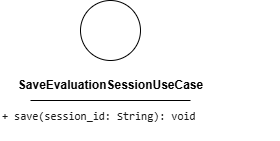
Before: src/PB/DocumentazioneEsterna/Specifica_Tecnica/content/uml/png/Session/SaveEvaluationSessionUseCase.png, a diagram exported from draw.io (GroupRubberDuck/Documentazione). Source tidied: cells renumbered, new cells last; positions are measured from the earlier drawing's top-left corner, leaving out a move shared by most shapes. The source it was exported from:
```xml
<mxGraphModel>
  <root>
    <mxCell id="0" />
    <mxCell id="1" parent="0" />
    <mxCell id="2" style="ellipse;whiteSpace=wrap;html=1;" parent="1" vertex="1">
      <mxGeometry x="80" width="60" height="60" as="geometry" />
    </mxCell>
    <mxCell id="3" value="&lt;b&gt;SaveEvaluationSessionUseCase&lt;/b&gt;" style="text;html=1;align=center;verticalAlign=middle;strokeColor=none;fillColor=none;" parent="1" vertex="1">
      <mxGeometry x="5" y="70" width="210" height="30" as="geometry" />
    </mxCell>
    <mxCell id="4" style="endArrow=none;html=1;" parent="1" edge="1">
      <mxGeometry relative="1" as="geometry">
        <mxPoint x="30" y="100" as="sourcePoint" />
        <mxPoint x="190" y="100" as="targetPoint" />
        <Array as="points">
          <mxPoint x="110" y="100" />
        </Array>
      </mxGeometry>
    </mxCell>
    <mxCell id="5" value="&lt;div style=&quot;font-family: Consolas, &amp;quot;Courier New&amp;quot;, monospace; font-weight: normal; line-height: 19px; white-space: pre;&quot;&gt;&lt;div style=&quot;&quot;&gt;&lt;font style=&quot;background-color: rgb(255, 255, 255); color: rgb(26, 26, 26); font-size: 11px;&quot;&gt;+ save(session_id: String): void&lt;/font&gt;&lt;/div&gt;&lt;/div&gt;" style="text;whiteSpace=wrap;html=1;" parent="1" vertex="1">
      <mxGeometry y="100" width="280" height="40" as="geometry" />
    </mxCell>
  </root>
</mxGraphModel>
```
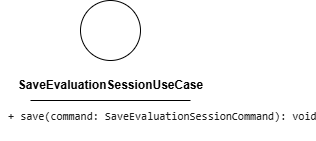
After the commit.

Change to the diagram source:
```diff
@@ -17,7 +17,7 @@
         </Array>
       </mxGeometry>
     </mxCell>
-    <mxCell id="5" value="&lt;div style=&quot;font-family: Consolas, &amp;quot;Courier New&amp;quot;, monospace; font-weight: normal; line-height: 19px; white-space: pre;&quot;&gt;&lt;div style=&quot;&quot;&gt;&lt;font style=&quot;background-color: rgb(255, 255, 255); color: rgb(26, 26, 26); font-size: 11px;&quot;&gt;+ save(session_id: String): void&lt;/font&gt;&lt;/div&gt;&lt;/div&gt;" style="text;whiteSpace=wrap;html=1;" parent="1" vertex="1">
+    <mxCell id="5" value="&lt;div style=&quot;font-family: Consolas, &amp;quot;Courier New&amp;quot;, monospace; font-weight: normal; line-height: 19px; white-space: pre;&quot;&gt;&lt;div style=&quot;&quot;&gt;&lt;font style=&quot;background-color: rgb(255, 255, 255); color: rgb(26, 26, 26); font-size: 11px;&quot;&gt; + save(command: SaveEvaluationSessionCommand): void&lt;/font&gt;&lt;/div&gt;&lt;/div&gt;" style="text;whiteSpace=wrap;html=1;" parent="1" vertex="1">
       <mxGeometry y="100" width="280" height="40" as="geometry" />
     </mxCell>
   </root>
```
